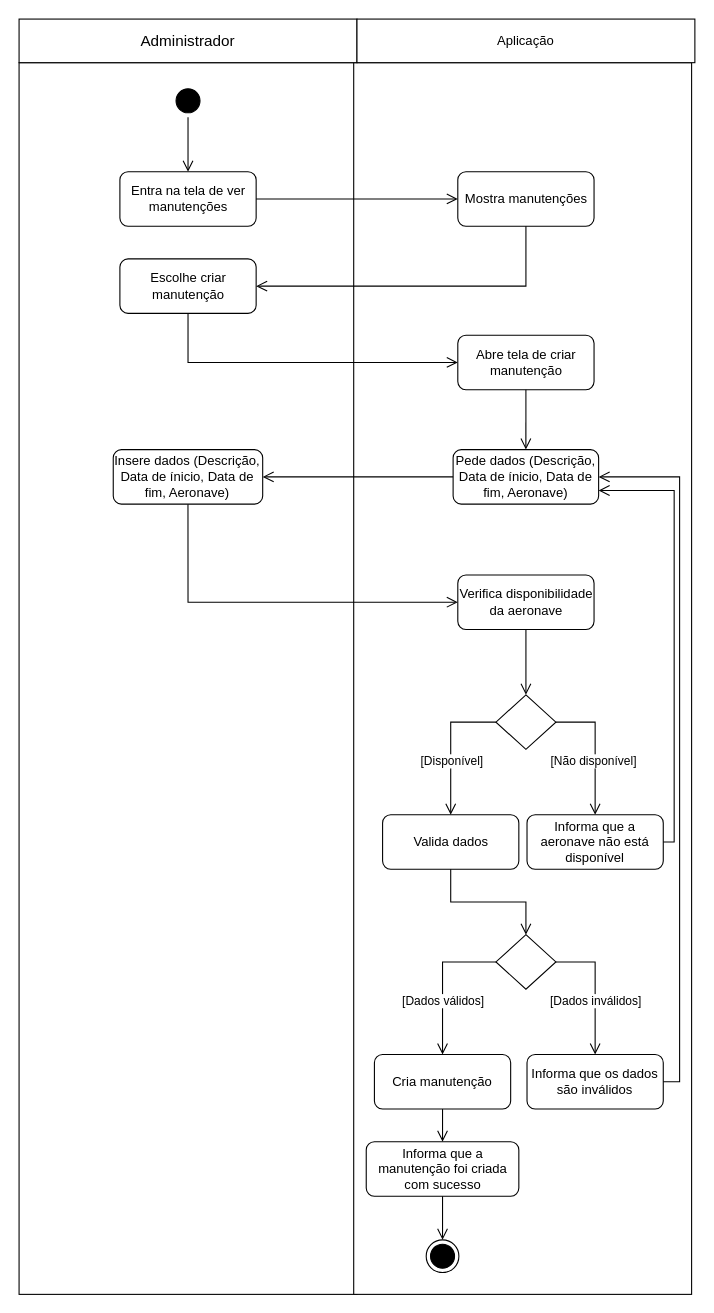
Before: Diagramas/Eng_de_Software/Modelos/Atividade/Create_Manutencao.drawio in GabrielGMori/trabalho-conclus-o-ano, a draw.io diagram. Source tidied: cells renumbered, new cells numbered last; positions are measured from the earlier drawing's top-left corner, leaving out a move shared by most shapes. Both pictures are drawn from the tidied source at 109%, with x=0, y=0 at pixel (19, 19).
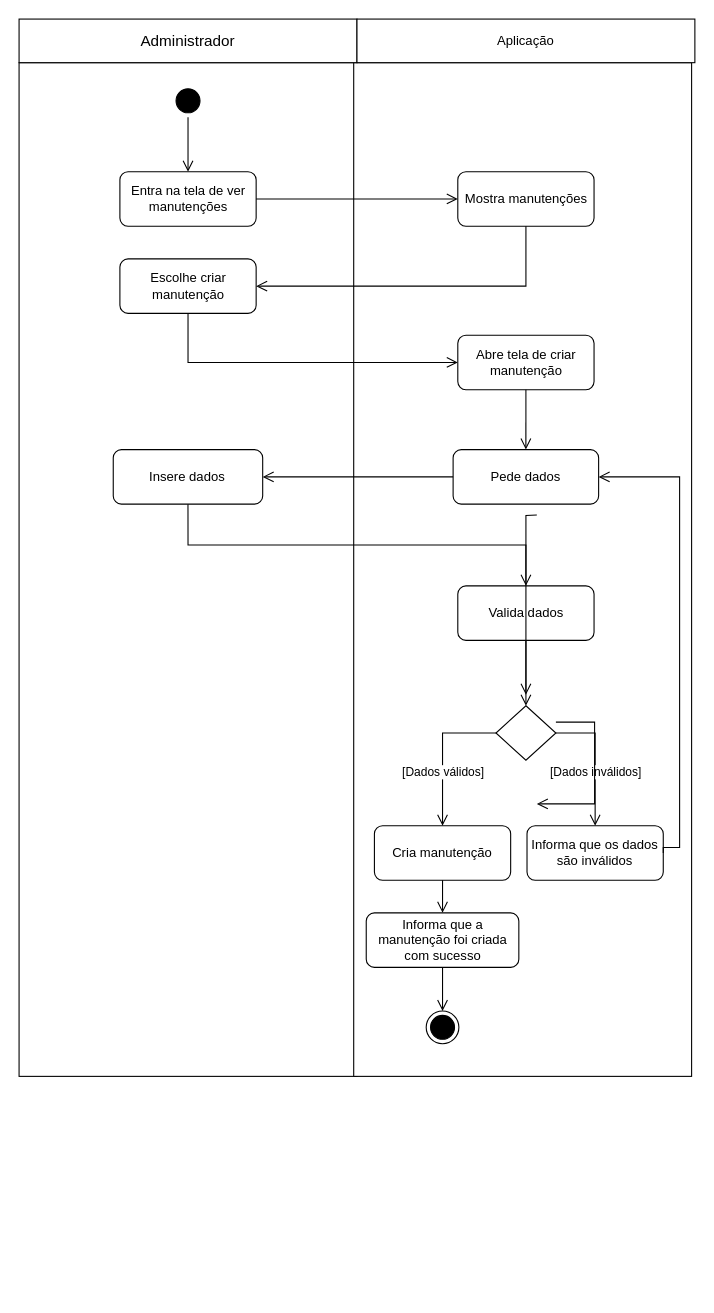
The same page after the edit.

What changed in the source:
```diff
@@
     <mxCell id="2" style="rounded=0;whiteSpace=wrap;html=1;" parent="1" vertex="1">
-      <mxGeometry y="40" width="310" height="1130" as="geometry" />
+      <mxGeometry y="40" width="310" height="930" as="geometry" />
     </mxCell>
     <mxCell id="3" style="rounded=0;whiteSpace=wrap;html=1;" parent="1" vertex="1">
-      <mxGeometry x="307" y="40" width="310" height="1130" as="geometry" />
+      <mxGeometry x="307" y="40" width="310" height="930" as="geometry" />
     </mxCell>
@@
-    <mxCell id="9" value="Pede dados (Descrição, Data de ínicio, Data de fim, Aeronave)" style="rounded=1;whiteSpace=wrap;html=1;" parent="1" vertex="1">
+    <mxCell id="9" value="Pede dados" style="rounded=1;whiteSpace=wrap;html=1;" parent="1" vertex="1">
       <mxGeometry x="398.2" y="395" width="133.5" height="50" as="geometry" />
     </mxCell>
@@
     <mxCell id="11" value="Valida dados" style="rounded=1;whiteSpace=wrap;html=1;" parent="1" vertex="1">
-      <mxGeometry x="333.5" y="730" width="125" height="50" as="geometry" />
+      <mxGeometry x="402.5" y="520" width="125" height="50" as="geometry" />
     </mxCell>
-    <mxCell id="12" style="edgeStyle=orthogonalEdgeStyle;html=1;verticalAlign=bottom;endArrow=open;endSize=8;strokeColor=#000000;rounded=0;entryX=0;entryY=0.5;entryDx=0;entryDy=0;exitX=0.5;exitY=1;exitDx=0;exitDy=0;" parent="1" edge="1" source="32" target="38">
+    <mxCell id="12" style="edgeStyle=orthogonalEdgeStyle;html=1;verticalAlign=bottom;endArrow=open;endSize=8;strokeColor=#000000;rounded=0;entryX=0.5;entryY=0;entryDx=0;entryDy=0;exitX=0.5;exitY=1;exitDx=0;exitDy=0;" parent="1" edge="1" source="32" target="11">
       <mxGeometry relative="1" as="geometry" />
     </mxCell>
     <mxCell id="13" style="rhombus;whiteSpace=wrap;html=1;" parent="1" vertex="1">
-      <mxGeometry x="437.5" y="840" width="55" height="50" as="geometry" />
+      <mxGeometry x="437.5" y="630" width="55" height="50" as="geometry" />
     </mxCell>
     <mxCell id="14" value="Informa que os dados são inválidos" style="rounded=1;whiteSpace=wrap;html=1;" parent="1" vertex="1">
-      <mxGeometry x="466" y="950" width="125" height="50" as="geometry" />
+      <mxGeometry x="466" y="740" width="125" height="50" as="geometry" />
     </mxCell>
@@
     <mxCell id="17" style="edgeStyle=orthogonalEdgeStyle;html=1;verticalAlign=bottom;endArrow=open;endSize=8;strokeColor=#000000;rounded=0;exitX=1;exitY=0.5;exitDx=0;exitDy=0;entryX=1;entryY=0.5;entryDx=0;entryDy=0;" parent="1" edge="1" source="14" target="9">
       <mxGeometry relative="1" as="geometry">
         <Array as="points">
-          <mxPoint x="606" y="975" />
+          <mxPoint x="591" y="760" />
+          <mxPoint x="606" y="760" />
           <mxPoint x="606" y="420" />
         </Array>
       </mxGeometry>
     </mxCell>
     <mxCell id="18" value="Cria manutenção" style="rounded=1;whiteSpace=wrap;html=1;" parent="1" vertex="1">
-      <mxGeometry x="326" y="950" width="125" height="50" as="geometry" />
+      <mxGeometry x="326" y="740" width="125" height="50" as="geometry" />
     </mxCell>
     <mxCell id="19" value="&lt;div&gt;Informa que a&lt;/div&gt;&lt;div&gt;manutenção foi criada com sucesso&lt;br&gt;&lt;/div&gt;" style="rounded=1;whiteSpace=wrap;html=1;" parent="1" vertex="1">
-      <mxGeometry x="318.5" y="1030" width="140" height="50" as="geometry" />
+      <mxGeometry x="318.5" y="820" width="140" height="50" as="geometry" />
     </mxCell>
@@
     <mxCell id="23" style="ellipse;html=1;shape=endState;fillColor=#000000;strokeColor=#000000;" parent="1" vertex="1">
-      <mxGeometry x="373.5" y="1120" width="30" height="30" as="geometry" />
+      <mxGeometry x="373.5" y="910" width="30" height="30" as="geometry" />
     </mxCell>
@@
-    <mxCell id="32" value="Insere dados (Descrição, Data de ínicio, Data de fim, Aeronave)" style="rounded=1;whiteSpace=wrap;html=1;" parent="1" vertex="1">
+    <mxCell id="32" value="Insere dados" style="rounded=1;whiteSpace=wrap;html=1;" parent="1" vertex="1">
       <mxGeometry x="86.4" y="395" width="137.1" height="50" as="geometry" />
     </mxCell>
-    <mxCell id="33" style="rhombus;whiteSpace=wrap;html=1;" parent="1" vertex="1">
-      <mxGeometry x="437.5" y="620" width="55" height="50" as="geometry" />
-    </mxCell>
-    <mxCell id="34" style="edgeStyle=orthogonalEdgeStyle;html=1;verticalAlign=bottom;endArrow=open;endSize=8;strokeColor=#000000;rounded=0;entryX=0.5;entryY=0;entryDx=0;entryDy=0;exitX=0;exitY=0.5;exitDx=0;exitDy=0;" parent="1" edge="1" source="33" target="11">
-      <mxGeometry relative="1" as="geometry" />
-    </mxCell>
-    <mxCell id="35" value="[Disponível]" style="edgeLabel;html=1;align=center;verticalAlign=middle;" parent="34" vertex="1">
-      <mxGeometry x="-0.35" y="-2" relative="1" as="geometry">
-        <mxPoint y="37" as="offset" />
-      </mxGeometry>
-    </mxCell>
@@
-    <mxCell id="37" style="edgeStyle=orthogonalEdgeStyle;html=1;verticalAlign=bottom;endArrow=open;endSize=8;strokeColor=#000000;rounded=0;entryX=0.5;entryY=0;entryDx=0;entryDy=0;exitX=1;exitY=0.5;exitDx=0;exitDy=0;" parent="1" edge="1" source="33" target="41">
+    <mxCell id="37" style="edgeStyle=orthogonalEdgeStyle;html=1;verticalAlign=bottom;endArrow=open;endSize=8;strokeColor=#000000;rounded=0;entryX=0.5;entryY=0;entryDx=0;entryDy=0;exitX=1;exitY=0.5;exitDx=0;exitDy=0;" parent="1" edge="1">
       <mxGeometry relative="1" as="geometry">
+        <mxPoint x="492.5" y="645" as="sourcePoint" />
+        <mxPoint x="475" y="720" as="targetPoint" />
         <Array as="points">
           <mxPoint x="528" y="645" />
         </Array>
       </mxGeometry>
     </mxCell>
-    <mxCell id="38" value="Verifica disponibilidade da aeronave" style="rounded=1;whiteSpace=wrap;html=1;" parent="1" vertex="1">
-      <mxGeometry x="402.5" y="510" width="125" height="50" as="geometry" />
-    </mxCell>
-    <mxCell id="39" value="[Não disponível]" style="edgeLabel;html=1;align=center;verticalAlign=middle;" parent="1" vertex="1">
-      <mxGeometry x="526" y="680" as="geometry" />
-    </mxCell>
-    <mxCell id="40" style="edgeStyle=orthogonalEdgeStyle;html=1;verticalAlign=bottom;endArrow=open;endSize=8;strokeColor=#000000;rounded=0;exitX=0.5;exitY=1;exitDx=0;exitDy=0;entryX=0.5;entryY=0;entryDx=0;entryDy=0;" parent="1" edge="1" source="38" target="33">
-      <mxGeometry relative="1" as="geometry" />
+    <mxCell id="40" style="edgeStyle=orthogonalEdgeStyle;html=1;verticalAlign=bottom;endArrow=open;endSize=8;strokeColor=#000000;rounded=0;exitX=0.5;exitY=1;exitDx=0;exitDy=0;entryX=0.5;entryY=0;entryDx=0;entryDy=0;" parent="1" edge="1">
+      <mxGeometry relative="1" as="geometry">
+        <mxPoint x="475" y="455" as="sourcePoint" />
+        <mxPoint x="465" y="620" as="targetPoint" />
+      </mxGeometry>
     </mxCell>
-    <mxCell id="41" value="Informa que a aeronave não está disponível" style="rounded=1;whiteSpace=wrap;html=1;" parent="1" vertex="1">
-      <mxGeometry x="466" y="730" width="125" height="50" as="geometry" />
-    </mxCell>
-    <mxCell id="42" style="edgeStyle=orthogonalEdgeStyle;html=1;verticalAlign=bottom;endArrow=open;endSize=8;strokeColor=#000000;rounded=0;exitX=1;exitY=0.5;exitDx=0;exitDy=0;entryX=1;entryY=0.75;entryDx=0;entryDy=0;" parent="1" edge="1" source="41" target="9">
-      <mxGeometry relative="1" as="geometry" />
-    </mxCell>
```
